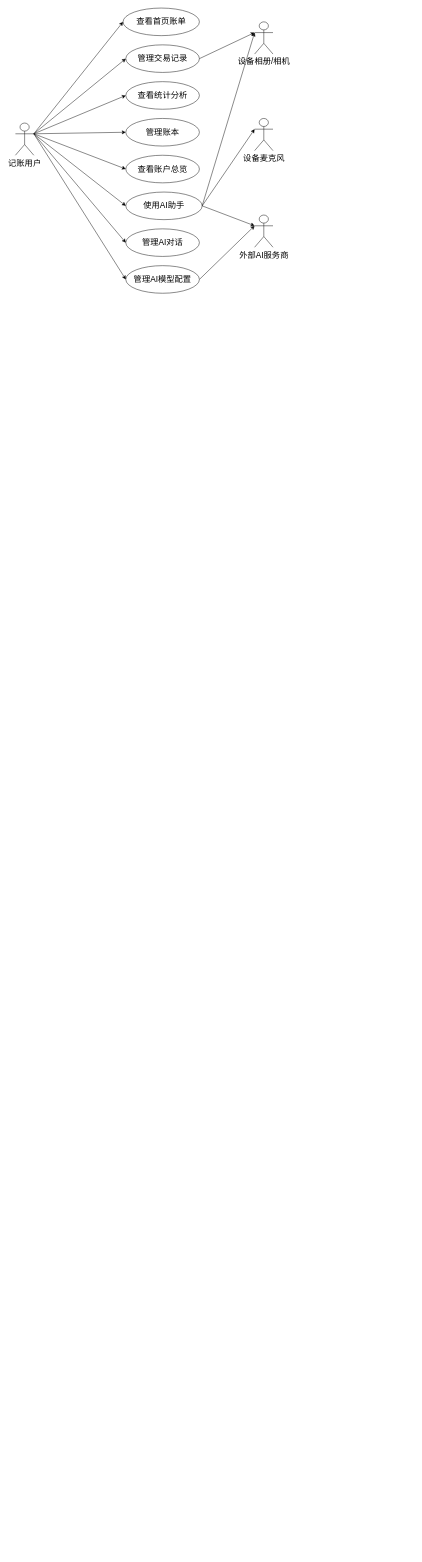
The draw.io diagram 懒得记账用例图.drawio in Jiu-Nuan/awesomeCodes, before the edit. Source tidied: cells renumbered, new cells numbered last; positions are measured from the earlier drawing's top-left corner, leaving out a move shared by most shapes. Both pictures are drawn from the tidied source at 46%, with x=0, y=0 at pixel (15, 8).
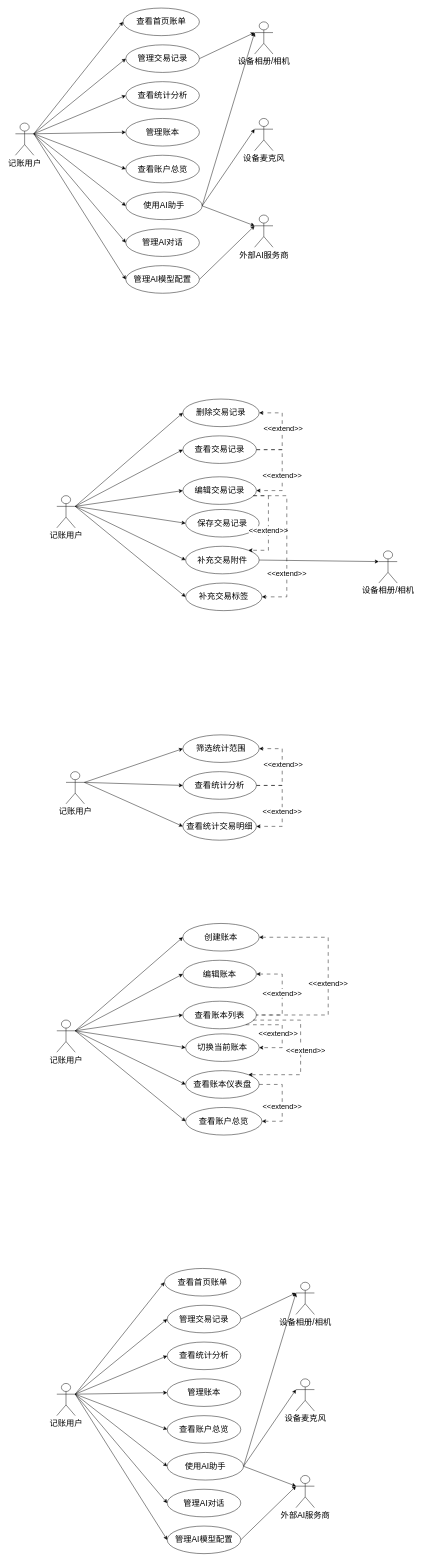
The same diagram, later.

Commit message:
更新懒得记账用例图.drawio

The edit, as a diff of the source:
```diff
@@
+    <mxCell id="27" value="&lt;font style=&quot;font-size: 18px;&quot;&gt;删除交易记录&lt;/font&gt;" style="ellipse;whiteSpace=wrap;html=1;" parent="1" vertex="1">
+      <mxGeometry x="364" y="850" width="166" height="60" as="geometry" />
+    </mxCell>
+    <mxCell id="28" value="&lt;span style=&quot;font-size: 18px;&quot;&gt;编辑交易记录&lt;/span&gt;" style="ellipse;whiteSpace=wrap;html=1;" parent="1" vertex="1">
+      <mxGeometry x="364" y="1019" width="160" height="60" as="geometry" />
+    </mxCell>
+    <mxCell id="29" style="edgeStyle=orthogonalEdgeStyle;rounded=0;jettySize=auto;html=1;entryX=1;entryY=0.5;entryDx=0;entryDy=0;exitX=1;exitY=0.5;exitDx=0;exitDy=0;dashed=1;dashPattern=8 8;" parent="1" edge="1" source="31" target="27">
+      <mxGeometry relative="1" as="geometry">
+        <Array as="points">
+          <mxPoint x="580" y="960" />
+          <mxPoint x="580" y="880" />
+        </Array>
+      </mxGeometry>
+    </mxCell>
+    <mxCell id="30" value="&amp;lt;&amp;lt;extend&amp;gt;&amp;gt;" style="edgeLabel;html=1;align=center;verticalAlign=middle;fontSize=16;" parent="29" vertex="1">
+      <mxGeometry x="0.11" y="-1" relative="1" as="geometry" />
+    </mxCell>
+    <mxCell id="31" value="&lt;font style=&quot;font-size: 18px;&quot;&gt;查看交易记录&lt;/font&gt;" style="ellipse;whiteSpace=wrap;html=1;" parent="1" vertex="1">
+      <mxGeometry x="364" y="930" width="160" height="60" as="geometry" />
+    </mxCell>
+    <mxCell id="32" value="&lt;span style=&quot;font-size: 18px;&quot;&gt;保存交易记录&lt;/span&gt;" style="ellipse;whiteSpace=wrap;html=1;" parent="1" vertex="1">
+      <mxGeometry x="370" y="1090" width="160" height="60" as="geometry" />
+    </mxCell>
+    <mxCell id="33" value="&lt;span style=&quot;font-size: 18px;&quot;&gt;补充交易附件&lt;/span&gt;" style="ellipse;whiteSpace=wrap;html=1;" parent="1" vertex="1">
+      <mxGeometry x="370" y="1170" width="160" height="60" as="geometry" />
+    </mxCell>
+    <mxCell id="34" style="rounded=0;jettySize=auto;html=1;exitX=1;exitY=0.5;exitDx=0;exitDy=0;entryX=0;entryY=0.3333333333333333;entryDx=0;entryDy=0;entryPerimeter=0;" parent="1" edge="1" source="33" target="43">
+      <mxGeometry relative="1" as="geometry" />
+    </mxCell>
+    <mxCell id="35" value="&lt;font style=&quot;font-size: 18px;&quot;&gt;补充交易标签&lt;/font&gt;" style="ellipse;whiteSpace=wrap;html=1;" parent="1" vertex="1">
+      <mxGeometry x="370" y="1250" width="166" height="60" as="geometry" />
+    </mxCell>
+    <mxCell id="36" style="rounded=0;jettySize=auto;html=1;exitX=1;exitY=0.3333333333333333;exitDx=0;exitDy=0;exitPerimeter=0;entryX=0;entryY=0.5;entryDx=0;entryDy=0;" parent="1" edge="1" source="42" target="27">
+      <mxGeometry relative="1" as="geometry" />
+    </mxCell>
+    <mxCell id="37" style="rounded=0;jettySize=auto;html=1;exitX=1;exitY=0.3333333333333333;exitDx=0;exitDy=0;exitPerimeter=0;entryX=0;entryY=0.5;entryDx=0;entryDy=0;" parent="1" edge="1" source="42" target="28">
+      <mxGeometry relative="1" as="geometry" />
+    </mxCell>
+    <mxCell id="38" style="rounded=0;jettySize=auto;html=1;exitX=1;exitY=0.3333333333333333;exitDx=0;exitDy=0;exitPerimeter=0;entryX=0;entryY=0.5;entryDx=0;entryDy=0;" parent="1" edge="1" source="42" target="31">
+      <mxGeometry relative="1" as="geometry" />
+    </mxCell>
+    <mxCell id="39" style="rounded=0;jettySize=auto;html=1;exitX=1;exitY=0.3333333333333333;exitDx=0;exitDy=0;exitPerimeter=0;entryX=0;entryY=0.5;entryDx=0;entryDy=0;" parent="1" edge="1" source="42" target="32">
+      <mxGeometry relative="1" as="geometry" />
+    </mxCell>
+    <mxCell id="40" style="rounded=0;jettySize=auto;html=1;exitX=1;exitY=0.3333333333333333;exitDx=0;exitDy=0;exitPerimeter=0;entryX=0;entryY=0.5;entryDx=0;entryDy=0;" parent="1" edge="1" source="42" target="33">
+      <mxGeometry relative="1" as="geometry" />
+    </mxCell>
+    <mxCell id="41" style="rounded=0;jettySize=auto;html=1;exitX=1;exitY=0.3333333333333333;exitDx=0;exitDy=0;exitPerimeter=0;entryX=0;entryY=0.5;entryDx=0;entryDy=0;" parent="1" edge="1" source="42" target="35">
+      <mxGeometry relative="1" as="geometry" />
+    </mxCell>
+    <mxCell id="42" value="&lt;font style=&quot;font-size: 18px;&quot;&gt;记账用户&lt;/font&gt;" style="shape=umlActor;verticalLabelPosition=bottom;verticalAlign=top;html=1;" parent="1" vertex="1">
+      <mxGeometry x="90" y="1060" width="40" height="70" as="geometry" />
+    </mxCell>
+    <mxCell id="43" value="&lt;font style=&quot;font-size: 18px;&quot;&gt;设备相册/相机&lt;/font&gt;" style="shape=umlActor;verticalLabelPosition=bottom;verticalAlign=top;html=1;" parent="1" vertex="1">
+      <mxGeometry x="790" y="1180" width="40" height="70" as="geometry" />
+    </mxCell>
+    <mxCell id="44" style="edgeStyle=orthogonalEdgeStyle;rounded=0;jettySize=auto;html=1;entryX=1;entryY=0.5;entryDx=0;entryDy=0;exitX=1;exitY=0.5;exitDx=0;exitDy=0;dashed=1;dashPattern=8 8;" parent="1" edge="1" source="31" target="28">
+      <mxGeometry relative="1" as="geometry">
+        <Array as="points">
+          <mxPoint x="580" y="960" />
+          <mxPoint x="580" y="1049" />
+        </Array>
+      </mxGeometry>
+    </mxCell>
+    <mxCell id="45" value="&amp;lt;&amp;lt;extend&amp;gt;&amp;gt;" style="edgeLabel;html=1;align=center;verticalAlign=middle;fontSize=16;" parent="44" vertex="1">
+      <mxGeometry x="0.11" y="-1" relative="1" as="geometry" />
+    </mxCell>
+    <mxCell id="46" style="rounded=0;jettySize=auto;html=1;entryX=1;entryY=0;entryDx=0;entryDy=0;exitX=0.96;exitY=0.685;exitDx=0;exitDy=0;dashed=1;dashPattern=8 8;edgeStyle=orthogonalEdgeStyle;exitPerimeter=0;" parent="1" edge="1" source="28" target="33">
+      <mxGeometry relative="1" as="geometry">
+        <Array as="points">
+          <mxPoint x="550" y="1060" />
+          <mxPoint x="550" y="1179" />
+        </Array>
+      </mxGeometry>
+    </mxCell>
+    <mxCell id="47" value="&amp;lt;&amp;lt;extend&amp;gt;&amp;gt;" style="edgeLabel;html=1;align=center;verticalAlign=middle;fontSize=16;" parent="46" vertex="1">
+      <mxGeometry x="0.11" y="-1" relative="1" as="geometry" />
+    </mxCell>
+    <mxCell id="48" style="rounded=0;jettySize=auto;html=1;entryX=1;entryY=0.5;entryDx=0;entryDy=0;dashed=1;dashPattern=8 8;edgeStyle=orthogonalEdgeStyle;exitX=0.954;exitY=0.685;exitDx=0;exitDy=0;exitPerimeter=0;" parent="1" edge="1" source="28" target="35">
+      <mxGeometry relative="1" as="geometry">
+        <Array as="points">
+          <mxPoint x="590" y="1060" />
+          <mxPoint x="590" y="1280" />
+        </Array>
+      </mxGeometry>
+    </mxCell>
+    <mxCell id="49" value="&amp;lt;&amp;lt;extend&amp;gt;&amp;gt;" style="edgeLabel;html=1;align=center;verticalAlign=middle;fontSize=16;" parent="48" vertex="1">
+      <mxGeometry x="0.11" y="-1" relative="1" as="geometry">
+        <mxPoint y="50" as="offset" />
+      </mxGeometry>
+    </mxCell>
+    <mxCell id="50" value="&lt;font style=&quot;font-size: 18px;&quot;&gt;筛选统计范围&lt;/font&gt;" style="ellipse;whiteSpace=wrap;html=1;" parent="1" vertex="1">
+      <mxGeometry x="364" y="1580" width="166" height="60" as="geometry" />
+    </mxCell>
+    <mxCell id="51" value="&lt;span style=&quot;font-size: 18px;&quot;&gt;查看统计交易明细&lt;/span&gt;" style="ellipse;whiteSpace=wrap;html=1;" parent="1" vertex="1">
+      <mxGeometry x="364" y="1749" width="160" height="60" as="geometry" />
+    </mxCell>
+    <mxCell id="52" style="edgeStyle=orthogonalEdgeStyle;rounded=0;jettySize=auto;html=1;entryX=1;entryY=0.5;entryDx=0;entryDy=0;exitX=1;exitY=0.5;exitDx=0;exitDy=0;dashed=1;dashPattern=8 8;" parent="1" edge="1" source="54" target="50">
+      <mxGeometry relative="1" as="geometry">
+        <Array as="points">
+          <mxPoint x="580" y="1690" />
+          <mxPoint x="580" y="1610" />
+        </Array>
+      </mxGeometry>
+    </mxCell>
+    <mxCell id="53" value="&amp;lt;&amp;lt;extend&amp;gt;&amp;gt;" style="edgeLabel;html=1;align=center;verticalAlign=middle;fontSize=16;" parent="52" vertex="1">
+      <mxGeometry x="0.11" y="-1" relative="1" as="geometry" />
+    </mxCell>
+    <mxCell id="54" value="&lt;font style=&quot;font-size: 18px;&quot;&gt;查看统计分析&lt;/font&gt;" style="ellipse;whiteSpace=wrap;html=1;" parent="1" vertex="1">
+      <mxGeometry x="364" y="1660" width="160" height="60" as="geometry" />
+    </mxCell>
+    <mxCell id="55" style="rounded=0;jettySize=auto;html=1;exitX=1;exitY=0.3333333333333333;exitDx=0;exitDy=0;exitPerimeter=0;entryX=0;entryY=0.5;entryDx=0;entryDy=0;" parent="1" edge="1" source="58" target="50">
+      <mxGeometry relative="1" as="geometry" />
+    </mxCell>
+    <mxCell id="56" style="rounded=0;jettySize=auto;html=1;exitX=1;exitY=0.3333333333333333;exitDx=0;exitDy=0;exitPerimeter=0;entryX=0;entryY=0.5;entryDx=0;entryDy=0;" parent="1" edge="1" source="58" target="51">
+      <mxGeometry relative="1" as="geometry" />
+    </mxCell>
+    <mxCell id="57" style="rounded=0;jettySize=auto;html=1;exitX=1;exitY=0.3333333333333333;exitDx=0;exitDy=0;exitPerimeter=0;entryX=0;entryY=0.5;entryDx=0;entryDy=0;" parent="1" edge="1" source="58" target="54">
+      <mxGeometry relative="1" as="geometry" />
+    </mxCell>
+    <mxCell id="58" value="&lt;font style=&quot;font-size: 18px;&quot;&gt;记账用户&lt;/font&gt;" style="shape=umlActor;verticalLabelPosition=bottom;verticalAlign=top;html=1;" parent="1" vertex="1">
+      <mxGeometry x="110" y="1660" width="40" height="70" as="geometry" />
+    </mxCell>
+    <mxCell id="59" style="edgeStyle=orthogonalEdgeStyle;rounded=0;jettySize=auto;html=1;entryX=1;entryY=0.5;entryDx=0;entryDy=0;exitX=1;exitY=0.5;exitDx=0;exitDy=0;dashed=1;dashPattern=8 8;" parent="1" edge="1" source="54" target="51">
+      <mxGeometry relative="1" as="geometry">
+        <Array as="points">
+          <mxPoint x="580" y="1690" />
+          <mxPoint x="580" y="1779" />
+        </Array>
+      </mxGeometry>
+    </mxCell>
+    <mxCell id="60" value="&amp;lt;&amp;lt;extend&amp;gt;&amp;gt;" style="edgeLabel;html=1;align=center;verticalAlign=middle;fontSize=16;" parent="59" vertex="1">
+      <mxGeometry x="0.11" y="-1" relative="1" as="geometry" />
+    </mxCell>
+    <mxCell id="61" value="&lt;font style=&quot;font-size: 18px;&quot;&gt;创建账本&lt;/font&gt;" style="ellipse;whiteSpace=wrap;html=1;" parent="1" vertex="1">
+      <mxGeometry x="364" y="1990" width="166" height="60" as="geometry" />
+    </mxCell>
+    <mxCell id="62" value="&lt;span style=&quot;font-size: 18px;&quot;&gt;查看账本列表&lt;/span&gt;" style="ellipse;whiteSpace=wrap;html=1;" parent="1" vertex="1">
+      <mxGeometry x="364" y="2159" width="160" height="60" as="geometry" />
+    </mxCell>
+    <mxCell id="63" value="&lt;font style=&quot;font-size: 18px;&quot;&gt;编辑账本&lt;/font&gt;" style="ellipse;whiteSpace=wrap;html=1;" parent="1" vertex="1">
+      <mxGeometry x="364" y="2070" width="160" height="60" as="geometry" />
+    </mxCell>
+    <mxCell id="64" value="&lt;span style=&quot;font-size: 18px;&quot;&gt;切换当前账本&lt;/span&gt;" style="ellipse;whiteSpace=wrap;html=1;" parent="1" vertex="1">
+      <mxGeometry x="370" y="2230" width="160" height="60" as="geometry" />
+    </mxCell>
+    <mxCell id="65" value="&lt;span style=&quot;font-size: 18px;&quot;&gt;查看账本仪表盘&lt;/span&gt;" style="ellipse;whiteSpace=wrap;html=1;" parent="1" vertex="1">
+      <mxGeometry x="370" y="2310" width="160" height="60" as="geometry" />
+    </mxCell>
+    <mxCell id="66" value="&lt;font style=&quot;font-size: 18px;&quot;&gt;查看账户总览&lt;/font&gt;" style="ellipse;whiteSpace=wrap;html=1;" parent="1" vertex="1">
+      <mxGeometry x="370" y="2390" width="166" height="60" as="geometry" />
+    </mxCell>
+    <mxCell id="67" style="rounded=0;jettySize=auto;html=1;exitX=1;exitY=0.3333333333333333;exitDx=0;exitDy=0;exitPerimeter=0;entryX=0;entryY=0.5;entryDx=0;entryDy=0;" parent="1" edge="1" source="73" target="61">
+      <mxGeometry relative="1" as="geometry" />
+    </mxCell>
+    <mxCell id="68" style="rounded=0;jettySize=auto;html=1;exitX=1;exitY=0.3333333333333333;exitDx=0;exitDy=0;exitPerimeter=0;entryX=0;entryY=0.5;entryDx=0;entryDy=0;" parent="1" edge="1" source="73" target="62">
+      <mxGeometry relative="1" as="geometry" />
+    </mxCell>
+    <mxCell id="69" style="rounded=0;jettySize=auto;html=1;exitX=1;exitY=0.3333333333333333;exitDx=0;exitDy=0;exitPerimeter=0;entryX=0;entryY=0.5;entryDx=0;entryDy=0;" parent="1" edge="1" source="73" target="63">
+      <mxGeometry relative="1" as="geometry" />
+    </mxCell>
+    <mxCell id="70" style="rounded=0;jettySize=auto;html=1;exitX=1;exitY=0.3333333333333333;exitDx=0;exitDy=0;exitPerimeter=0;entryX=0;entryY=0.5;entryDx=0;entryDy=0;" parent="1" edge="1" source="73" target="64">
+      <mxGeometry relative="1" as="geometry" />
+    </mxCell>
+    <mxCell id="71" style="rounded=0;jettySize=auto;html=1;exitX=1;exitY=0.3333333333333333;exitDx=0;exitDy=0;exitPerimeter=0;entryX=0;entryY=0.5;entryDx=0;entryDy=0;" parent="1" edge="1" source="73" target="65">
+      <mxGeometry relative="1" as="geometry" />
+    </mxCell>
+    <mxCell id="72" style="rounded=0;jettySize=auto;html=1;exitX=1;exitY=0.3333333333333333;exitDx=0;exitDy=0;exitPerimeter=0;entryX=0;entryY=0.5;entryDx=0;entryDy=0;" parent="1" edge="1" source="73" target="66">
+      <mxGeometry relative="1" as="geometry" />
+    </mxCell>
+    <mxCell id="73" value="&lt;font style=&quot;font-size: 18px;&quot;&gt;记账用户&lt;/font&gt;" style="shape=umlActor;verticalLabelPosition=bottom;verticalAlign=top;html=1;" parent="1" vertex="1">
+      <mxGeometry x="90" y="2200" width="40" height="70" as="geometry" />
+    </mxCell>
+    <mxCell id="74" style="edgeStyle=orthogonalEdgeStyle;rounded=0;jettySize=auto;html=1;entryX=1;entryY=0.5;entryDx=0;entryDy=0;exitX=1;exitY=0.5;exitDx=0;exitDy=0;dashed=1;dashPattern=8 8;startArrow=classic;startFill=1;endArrow=none;endFill=0;" parent="1" edge="1" source="63" target="62">
+      <mxGeometry relative="1" as="geometry">
+        <Array as="points">
+          <mxPoint x="580" y="2100" />
+          <mxPoint x="580" y="2189" />
+        </Array>
+      </mxGeometry>
+    </mxCell>
+    <mxCell id="75" value="&amp;lt;&amp;lt;extend&amp;gt;&amp;gt;" style="edgeLabel;html=1;align=center;verticalAlign=middle;fontSize=16;" parent="74" vertex="1">
+      <mxGeometry x="0.11" y="-1" relative="1" as="geometry">
+        <mxPoint y="-15" as="offset" />
+      </mxGeometry>
+    </mxCell>
+    <mxCell id="76" style="rounded=0;jettySize=auto;html=1;entryX=1;entryY=0.5;entryDx=0;entryDy=0;exitX=1;exitY=0.5;exitDx=0;exitDy=0;dashed=1;dashPattern=8 8;edgeStyle=orthogonalEdgeStyle;" parent="1" edge="1" source="65" target="66">
+      <mxGeometry relative="1" as="geometry">
+        <Array as="points">
+          <mxPoint x="580" y="2340" />
+          <mxPoint x="580" y="2420" />
+        </Array>
+      </mxGeometry>
+    </mxCell>
+    <mxCell id="77" value="&amp;lt;&amp;lt;extend&amp;gt;&amp;gt;" style="edgeLabel;html=1;align=center;verticalAlign=middle;fontSize=16;" parent="76" vertex="1">
+      <mxGeometry x="0.11" y="-1" relative="1" as="geometry" />
+    </mxCell>
+    <mxCell id="78" style="rounded=0;jettySize=auto;html=1;entryX=1;entryY=0;entryDx=0;entryDy=0;dashed=1;dashPattern=8 8;edgeStyle=orthogonalEdgeStyle;exitX=0.954;exitY=0.685;exitDx=0;exitDy=0;exitPerimeter=0;" parent="1" edge="1" source="62" target="65">
+      <mxGeometry relative="1" as="geometry">
+        <Array as="points">
+          <mxPoint x="620" y="2200" />
+          <mxPoint x="620" y="2319" />
+        </Array>
+      </mxGeometry>
+    </mxCell>
+    <mxCell id="79" value="&amp;lt;&amp;lt;extend&amp;gt;&amp;gt;" style="edgeLabel;html=1;align=center;verticalAlign=middle;fontSize=16;" parent="78" vertex="1">
+      <mxGeometry x="0.11" y="-1" relative="1" as="geometry">
+        <mxPoint x="11" y="-17" as="offset" />
+      </mxGeometry>
+    </mxCell>
+    <mxCell id="80" style="rounded=0;jettySize=auto;html=1;entryX=1;entryY=0.5;entryDx=0;entryDy=0;dashed=1;dashPattern=8 8;exitX=1;exitY=1;exitDx=0;exitDy=0;edgeStyle=orthogonalEdgeStyle;" parent="1" edge="1" source="62" target="64">
+      <mxGeometry relative="1" as="geometry">
+        <Array as="points">
+          <mxPoint x="580" y="2210" />
+          <mxPoint x="580" y="2260" />
+        </Array>
+      </mxGeometry>
+    </mxCell>
+    <mxCell id="81" value="&amp;lt;&amp;lt;extend&amp;gt;&amp;gt;" style="edgeLabel;html=1;align=center;verticalAlign=middle;fontSize=16;" parent="80" vertex="1">
+      <mxGeometry x="0.11" y="-1" relative="1" as="geometry">
+        <mxPoint x="-9" y="-1" as="offset" />
+      </mxGeometry>
+    </mxCell>
+    <mxCell id="82" style="edgeStyle=orthogonalEdgeStyle;rounded=0;jettySize=auto;html=1;entryX=1;entryY=0.5;entryDx=0;entryDy=0;exitX=1;exitY=0.5;exitDx=0;exitDy=0;dashed=1;dashPattern=8 8;startArrow=classic;startFill=1;endArrow=none;endFill=0;" parent="1" edge="1" source="61" target="62">
+      <mxGeometry relative="1" as="geometry">
+        <Array as="points">
+          <mxPoint x="680" y="2020" />
+          <mxPoint x="680" y="2189" />
+        </Array>
+      </mxGeometry>
+    </mxCell>
+    <mxCell id="83" value="&amp;lt;&amp;lt;extend&amp;gt;&amp;gt;" style="edgeLabel;html=1;align=center;verticalAlign=middle;fontSize=16;" parent="82" vertex="1">
+      <mxGeometry x="0.11" y="-1" relative="1" as="geometry">
+        <mxPoint y="-15" as="offset" />
+      </mxGeometry>
+    </mxCell>
+    <mxCell id="84" value="&lt;font style=&quot;font-size: 18px;&quot;&gt;查看首页账单&lt;/font&gt;" style="ellipse;whiteSpace=wrap;html=1;" parent="1" vertex="1">
+      <mxGeometry x="324" y="2740" width="166" height="60" as="geometry" />
+    </mxCell>
+    <mxCell id="85" value="&lt;span style=&quot;font-size: 18px;&quot;&gt;管理交易记录&lt;/span&gt;" style="ellipse;whiteSpace=wrap;html=1;" parent="1" vertex="1">
+      <mxGeometry x="330" y="2820" width="160" height="60" as="geometry" />
+    </mxCell>
+    <mxCell id="86" value="&lt;font style=&quot;font-size: 18px;&quot;&gt;查看统计分析&lt;/font&gt;" style="ellipse;whiteSpace=wrap;html=1;" parent="1" vertex="1">
+      <mxGeometry x="330" y="2900" width="160" height="60" as="geometry" />
+    </mxCell>
+    <mxCell id="87" value="&lt;span style=&quot;font-size: 18px;&quot;&gt;管理账本&lt;/span&gt;" style="ellipse;whiteSpace=wrap;html=1;" parent="1" vertex="1">
+      <mxGeometry x="330" y="2980" width="160" height="60" as="geometry" />
+    </mxCell>
+    <mxCell id="88" value="&lt;span style=&quot;font-size: 18px;&quot;&gt;查看账户总览&lt;/span&gt;" style="ellipse;whiteSpace=wrap;html=1;" parent="1" vertex="1">
+      <mxGeometry x="330" y="3060" width="160" height="60" as="geometry" />
+    </mxCell>
+    <mxCell id="89" style="rounded=0;jettySize=auto;html=1;exitX=1;exitY=0.5;exitDx=0;exitDy=0;entryX=0;entryY=0.3333333333333333;entryDx=0;entryDy=0;entryPerimeter=0;" parent="1" edge="1" source="90" target="103">
+      <mxGeometry relative="1" as="geometry" />
+    </mxCell>
+    <mxCell id="90" value="&lt;font style=&quot;font-size: 18px;&quot;&gt;使用AI助手&lt;/font&gt;" style="ellipse;whiteSpace=wrap;html=1;" parent="1" vertex="1">
+      <mxGeometry x="330" y="3140" width="166" height="60" as="geometry" />
+    </mxCell>
+    <mxCell id="91" value="&lt;font style=&quot;font-size: 18px;&quot;&gt;管理AI对话&lt;/font&gt;" style="ellipse;whiteSpace=wrap;html=1;" parent="1" vertex="1">
+      <mxGeometry x="330" y="3220" width="160" height="60" as="geometry" />
+    </mxCell>
+    <mxCell id="92" style="rounded=0;jettySize=auto;html=1;exitX=1;exitY=0.5;exitDx=0;exitDy=0;entryX=0;entryY=0.3333333333333333;entryDx=0;entryDy=0;entryPerimeter=0;" parent="1" edge="1" source="93" target="105">
+      <mxGeometry relative="1" as="geometry" />
+    </mxCell>
+    <mxCell id="93" value="&lt;font style=&quot;font-size: 18px;&quot;&gt;管理AI模型配置&lt;/font&gt;" style="ellipse;whiteSpace=wrap;html=1;" parent="1" vertex="1">
+      <mxGeometry x="330" y="3300" width="160" height="60" as="geometry" />
+    </mxCell>
+    <mxCell id="94" style="rounded=0;jettySize=auto;html=1;exitX=1;exitY=0.3333333333333333;exitDx=0;exitDy=0;exitPerimeter=0;entryX=0;entryY=0.5;entryDx=0;entryDy=0;" parent="1" edge="1" source="102" target="84">
+      <mxGeometry relative="1" as="geometry" />
+    </mxCell>
+    <mxCell id="95" style="rounded=0;jettySize=auto;html=1;exitX=1;exitY=0.3333333333333333;exitDx=0;exitDy=0;exitPerimeter=0;entryX=0;entryY=0.5;entryDx=0;entryDy=0;" parent="1" edge="1" source="102" target="85">
+      <mxGeometry relative="1" as="geometry" />
+    </mxCell>
+    <mxCell id="96" style="rounded=0;jettySize=auto;html=1;exitX=1;exitY=0.3333333333333333;exitDx=0;exitDy=0;exitPerimeter=0;entryX=0;entryY=0.5;entryDx=0;entryDy=0;" parent="1" edge="1" source="102" target="86">
+      <mxGeometry relative="1" as="geometry" />
+    </mxCell>
+    <mxCell id="97" style="rounded=0;jettySize=auto;html=1;exitX=1;exitY=0.3333333333333333;exitDx=0;exitDy=0;exitPerimeter=0;entryX=0;entryY=0.5;entryDx=0;entryDy=0;" parent="1" edge="1" source="102" target="87">
+      <mxGeometry relative="1" as="geometry" />
+    </mxCell>
+    <mxCell id="98" style="rounded=0;jettySize=auto;html=1;exitX=1;exitY=0.3333333333333333;exitDx=0;exitDy=0;exitPerimeter=0;entryX=0;entryY=0.5;entryDx=0;entryDy=0;" parent="1" edge="1" source="102" target="88">
+      <mxGeometry relative="1" as="geometry" />
+    </mxCell>
+    <mxCell id="99" style="rounded=0;jettySize=auto;html=1;exitX=1;exitY=0.3333333333333333;exitDx=0;exitDy=0;exitPerimeter=0;entryX=0;entryY=0.5;entryDx=0;entryDy=0;" parent="1" edge="1" source="102" target="90">
+      <mxGeometry relative="1" as="geometry" />
+    </mxCell>
+    <mxCell id="100" style="rounded=0;jettySize=auto;html=1;exitX=1;exitY=0.3333333333333333;exitDx=0;exitDy=0;exitPerimeter=0;entryX=0;entryY=0.5;entryDx=0;entryDy=0;" parent="1" edge="1" source="102" target="91">
+      <mxGeometry relative="1" as="geometry" />
+    </mxCell>
+    <mxCell id="101" style="rounded=0;jettySize=auto;html=1;exitX=1;exitY=0.3333333333333333;exitDx=0;exitDy=0;exitPerimeter=0;entryX=0;entryY=0.5;entryDx=0;entryDy=0;" parent="1" edge="1" source="102" target="93">
+      <mxGeometry relative="1" as="geometry" />
+    </mxCell>
+    <mxCell id="102" value="&lt;font style=&quot;font-size: 18px;&quot;&gt;记账用户&lt;/font&gt;" style="shape=umlActor;verticalLabelPosition=bottom;verticalAlign=top;html=1;" parent="1" vertex="1">
+      <mxGeometry x="90" y="2990" width="40" height="70" as="geometry" />
+    </mxCell>
+    <mxCell id="103" value="&lt;font style=&quot;font-size: 18px;&quot;&gt;设备相册/相机&lt;/font&gt;" style="shape=umlActor;verticalLabelPosition=bottom;verticalAlign=top;html=1;" parent="1" vertex="1">
+      <mxGeometry x="610" y="2770" width="40" height="70" as="geometry" />
+    </mxCell>
+    <mxCell id="104" value="&lt;span style=&quot;font-size: 18px;&quot;&gt;设备麦克风&lt;/span&gt;" style="shape=umlActor;verticalLabelPosition=bottom;verticalAlign=top;html=1;" parent="1" vertex="1">
+      <mxGeometry x="610" y="2980" width="40" height="70" as="geometry" />
+    </mxCell>
+    <mxCell id="105" value="&lt;font style=&quot;font-size: 18px;&quot;&gt;外部AI服务商&lt;/font&gt;" style="shape=umlActor;verticalLabelPosition=bottom;verticalAlign=top;html=1;" parent="1" vertex="1">
+      <mxGeometry x="610" y="3190" width="40" height="70" as="geometry" />
+    </mxCell>
+    <mxCell id="106" style="rounded=0;jettySize=auto;html=1;exitX=1;exitY=0.5;exitDx=0;exitDy=0;entryX=0;entryY=0.3333333333333333;entryDx=0;entryDy=0;entryPerimeter=0;" parent="1" edge="1" source="90" target="105">
+      <mxGeometry relative="1" as="geometry" />
+    </mxCell>
+    <mxCell id="107" style="rounded=0;jettySize=auto;html=1;exitX=1;exitY=0.5;exitDx=0;exitDy=0;entryX=0;entryY=0.3333333333333333;entryDx=0;entryDy=0;entryPerimeter=0;" parent="1" edge="1" source="90" target="104">
+      <mxGeometry relative="1" as="geometry" />
+    </mxCell>
+    <mxCell id="108" style="rounded=0;jettySize=auto;html=1;exitX=1;exitY=0.5;exitDx=0;exitDy=0;entryX=0;entryY=0.3333333333333333;entryDx=0;entryDy=0;entryPerimeter=0;" parent="1" edge="1" source="85" target="103">
+      <mxGeometry relative="1" as="geometry" />
+    </mxCell>
```
